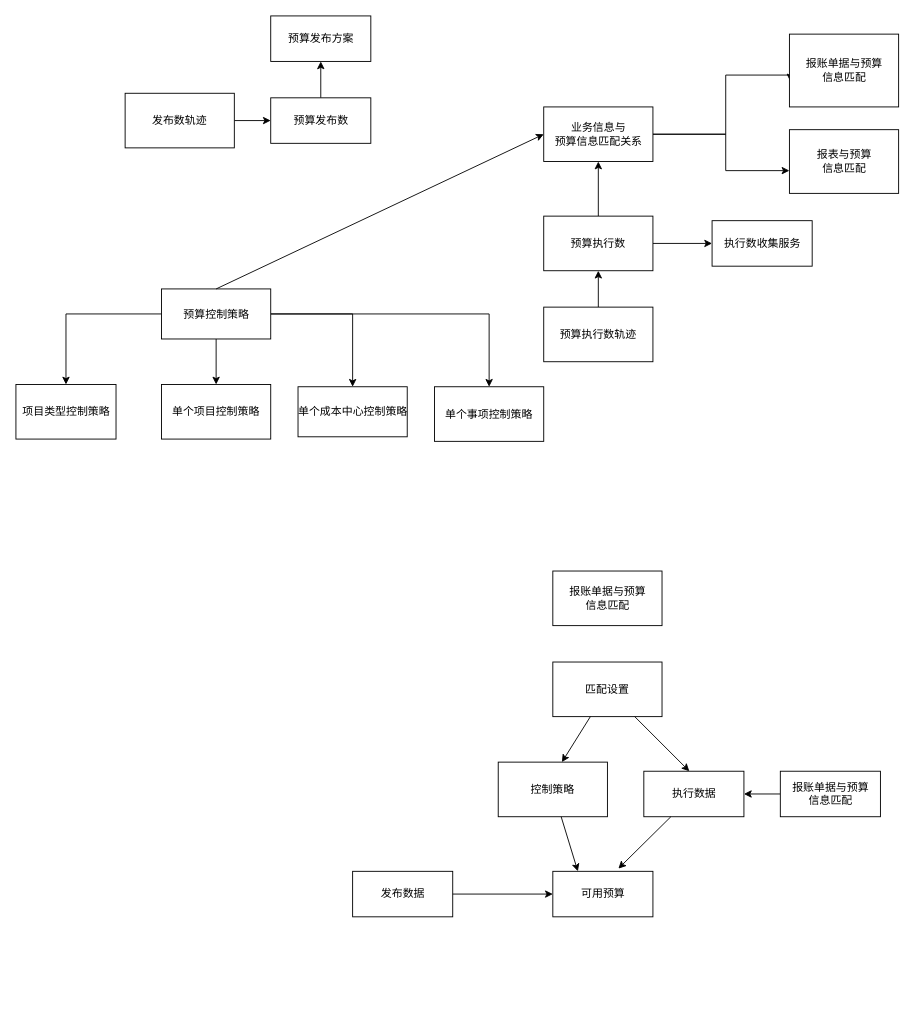
Earlier version of the draw.io diagram Untitled Diagram.drawio (jeffers3n/dev-diagrams). Source tidied: cells renumbered, new cells numbered last; positions are measured from the earlier drawing's top-left corner, leaving out a move shared by most shapes. Both pictures are drawn from the tidied source at 91%, with x=0, y=0 at pixel (15, 15).
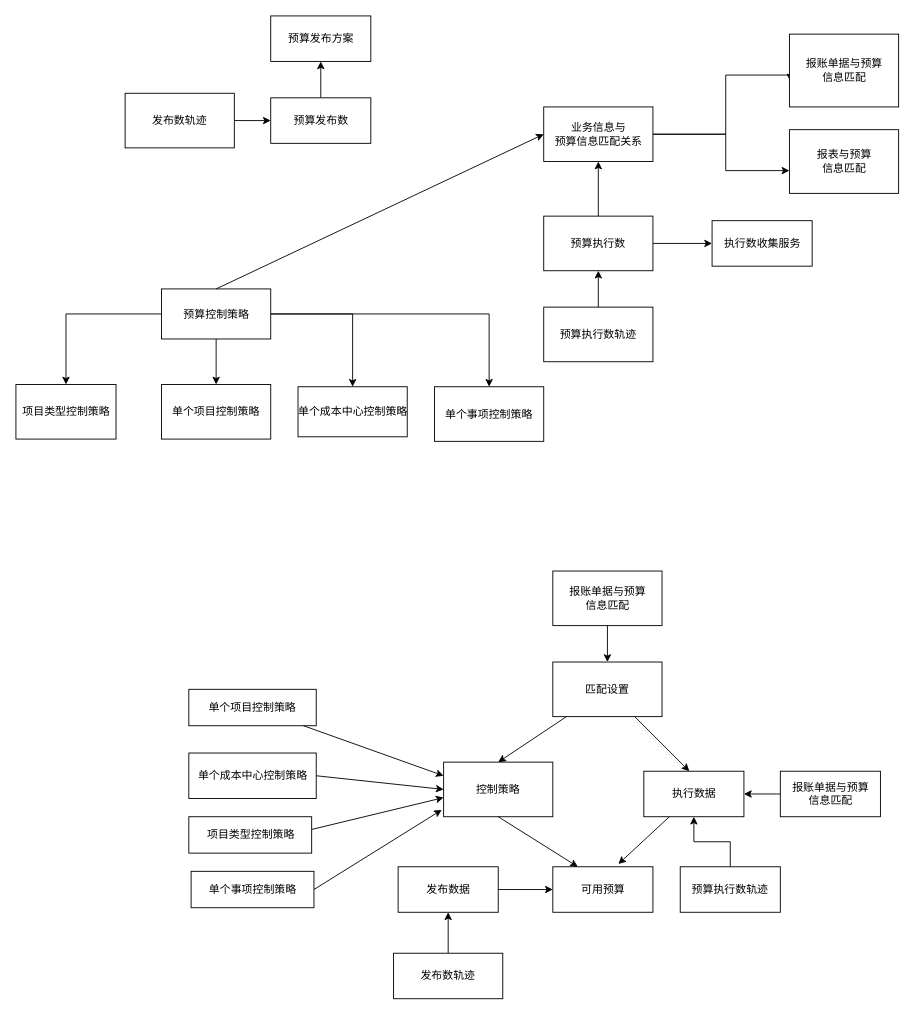
The same page after the edit.

The change refers to these unchanged cells:
```xml
<mxCell id="29" value="执行数据" style="html=1;fillColor=rgb(255, 255, 255);strokeColor=rgb(0, 0, 0);fontColor=rgb(0, 0, 0);" parent="1" vertex="1">
  <mxGeometry x="690" y="830" width="110" height="50" as="geometry" />
</mxCell>
<mxCell id="35" value="匹配设置" style="whiteSpace=wrap;html=1;fillColor=rgb(255, 255, 255);strokeColor=rgb(0, 0, 0);fontColor=rgb(0, 0, 0);" parent="1" vertex="1">
  <mxGeometry x="590" y="710" width="120" height="60" as="geometry" />
</mxCell>
<mxCell id="40" value="报账单据与预算&lt;br&gt;信息匹配" style="html=1;" parent="1" vertex="1">
  <mxGeometry x="590" y="610" width="120" height="60" as="geometry" />
</mxCell>
```

The edit, as a diff of the source:
```diff
@@
     <mxCell id="28" value="发布数据" style="html=1;" parent="1" vertex="1">
-      <mxGeometry x="370" y="940" width="110" height="50" as="geometry" />
+      <mxGeometry x="420" y="935" width="110" height="50" as="geometry" />
     </mxCell>
@@
     <mxCell id="30" value="可用预算" style="html=1;" parent="1" vertex="1">
-      <mxGeometry x="590" y="940" width="110" height="50" as="geometry" />
+      <mxGeometry x="590" y="935" width="110" height="50" as="geometry" />
     </mxCell>
     <mxCell id="31" value="控制策略" style="whiteSpace=wrap;html=1;fillColor=rgb(255, 255, 255);strokeColor=rgb(0, 0, 0);fontColor=rgb(0, 0, 0);" parent="1" vertex="1">
-      <mxGeometry x="530" y="820" width="120" height="60" as="geometry" />
+      <mxGeometry x="470" y="820" width="120" height="60" as="geometry" />
     </mxCell>
@@
-    <mxCell id="34" style="endArrow=classic;html=1;rounded=0;entryX=0.25;entryY=0;entryDx=0;entryDy=0;" parent="1" edge="1" source="31" target="30">
+    <mxCell id="34" style="endArrow=classic;html=1;rounded=0;entryX=0.25;entryY=0;entryDx=0;entryDy=0;exitX=0.5;exitY=1;exitDx=0;exitDy=0;" parent="1" edge="1" source="31" target="30">
       <mxGeometry relative="1" as="geometry" />
     </mxCell>
@@
-    <mxCell id="36" style="endArrow=classic;html=1;rounded=0;" parent="1" edge="1" source="35">
-      <mxGeometry relative="1" as="geometry">
-        <mxPoint x="600" y="820" as="targetPoint" />
-      </mxGeometry>
+    <mxCell id="36" style="endArrow=classic;html=1;rounded=0;entryX=0.5;entryY=0;entryDx=0;entryDy=0;" parent="1" edge="1" source="35" target="31">
+      <mxGeometry relative="1" as="geometry" />
     </mxCell>
@@
+    <mxCell id="41" style="edgeStyle=orthogonalEdgeStyle;rounded=0;jettySize=auto;html=1;" parent="1" edge="1" source="40" target="35">
+      <mxGeometry relative="1" as="geometry" />
+    </mxCell>
@@
+    <mxCell id="42" value="单个项目控制策略" style="whiteSpace=wrap;html=1;fillColor=rgb(255, 255, 255);strokeColor=rgb(0, 0, 0);fontColor=rgb(0, 0, 0);" parent="1" vertex="1">
+      <mxGeometry x="190" y="740" width="140" height="40" as="geometry" />
+    </mxCell>
+    <mxCell id="43" value="单个成本中心控制策略" style="html=1;fillColor=rgb(255, 255, 255);strokeColor=rgb(0, 0, 0);fontColor=rgb(0, 0, 0);" parent="1" vertex="1">
+      <mxGeometry x="190" y="810" width="140" height="50" as="geometry" />
+    </mxCell>
+    <mxCell id="44" value="单个事项控制策略" style="whiteSpace=wrap;html=1;fillColor=rgb(255, 255, 255);strokeColor=rgb(0, 0, 0);fontColor=rgb(0, 0, 0);" parent="1" vertex="1">
+      <mxGeometry x="192.5" y="940" width="135" height="40" as="geometry" />
+    </mxCell>
+    <mxCell id="45" value="项目类型控制策略" style="html=1;fillColor=rgb(255, 255, 255);strokeColor=rgb(0, 0, 0);fontColor=rgb(0, 0, 0);" parent="1" vertex="1">
+      <mxGeometry x="190" y="880" width="135" height="40" as="geometry" />
+    </mxCell>
+    <mxCell id="46" style="endArrow=classic;html=1;rounded=0;entryX=0;entryY=0.25;entryDx=0;entryDy=0;" parent="1" edge="1" source="42" target="31">
+      <mxGeometry relative="1" as="geometry" />
+    </mxCell>
+    <mxCell id="47" style="endArrow=classic;html=1;rounded=0;exitX=1;exitY=0.5;exitDx=0;exitDy=0;entryX=0;entryY=0.5;entryDx=0;entryDy=0;" parent="1" edge="1" source="43" target="31">
+      <mxGeometry relative="1" as="geometry" />
+    </mxCell>
+    <mxCell id="48" style="endArrow=classic;html=1;rounded=0;exitX=1;exitY=0.5;exitDx=0;exitDy=0;entryX=0;entryY=0.75;entryDx=0;entryDy=0;" parent="1" edge="1">
+      <mxGeometry relative="1" as="geometry">
+        <mxPoint x="325" y="894" as="sourcePoint" />
+        <mxPoint x="470" y="859" as="targetPoint" />
+      </mxGeometry>
+    </mxCell>
+    <mxCell id="49" style="endArrow=classic;html=1;rounded=0;exitX=1;exitY=0.5;exitDx=0;exitDy=0;entryX=-0.017;entryY=0.875;entryDx=0;entryDy=0;entryPerimeter=0;" parent="1" edge="1" source="44" target="31">
+      <mxGeometry relative="1" as="geometry" />
+    </mxCell>
+    <mxCell id="50" style="edgeStyle=orthogonalEdgeStyle;rounded=0;jettySize=auto;html=1;" parent="1" edge="1" source="51" target="29">
+      <mxGeometry relative="1" as="geometry" />
+    </mxCell>
+    <mxCell id="51" value="预算执行数轨迹" style="rounded=0;whiteSpace=wrap;html=1;" parent="1" vertex="1">
+      <mxGeometry x="730" y="935" width="110" height="50" as="geometry" />
+    </mxCell>
+    <mxCell id="52" style="edgeStyle=orthogonalEdgeStyle;rounded=0;jettySize=auto;html=1;" parent="1" edge="1" source="53" target="28">
+      <mxGeometry relative="1" as="geometry" />
+    </mxCell>
+    <mxCell id="53" value="发布数轨迹" style="whiteSpace=wrap;html=1;fillColor=rgb(255, 255, 255);strokeColor=rgb(0, 0, 0);fontColor=rgb(0, 0, 0);" parent="1" vertex="1">
+      <mxGeometry x="415" y="1030" width="120" height="50" as="geometry" />
+    </mxCell>
```
